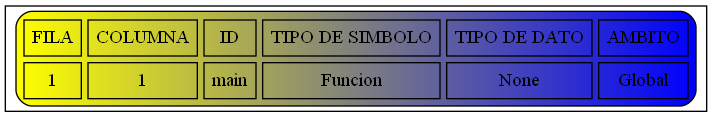
The Graphviz diagram Simbolos.png in JoseMore99/OLC2_P1_201701015, before a commit. Its source is kept beside it as Simbolos.dot.
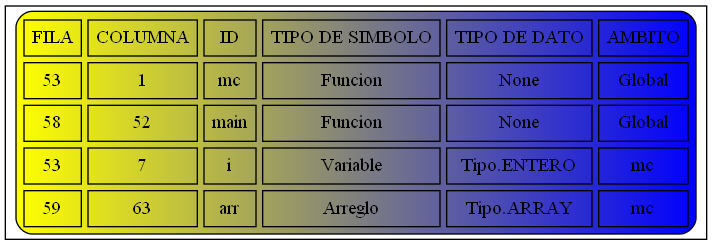
After the change.

What changed in the source:
```diff
@@ -2,6 +2,9 @@
 node [shape=record];
 a0 [label=<<TABLE border="1" cellspacing="5" cellpadding="5" style="rounded" bgcolor="yellow:blue">
 "<TR><TD>FILA</TD><TD>COLUMNA</TD><TD>ID</TD><TD>TIPO DE SIMBOLO</TD><TD>TIPO DE DATO</TD><TD>AMBITO</TD></TR>
-<TR><TD>1</TD><TD>1</TD><TD>main</TD><TD>Funcion</TD><TD>None</TD><TD>Global</TD></TR>
+<TR><TD>53</TD><TD>1</TD><TD>mc</TD><TD>Funcion</TD><TD>None</TD><TD>Global</TD></TR>
+<TR><TD>58</TD><TD>52</TD><TD>main</TD><TD>Funcion</TD><TD>None</TD><TD>Global</TD></TR>
+<TR><TD>53</TD><TD>7</TD><TD>i</TD><TD>Variable</TD><TD>Tipo.ENTERO</TD><TD>mc</TD></TR>
+<TR><TD>59</TD><TD>63</TD><TD>arr</TD><TD>Arreglo</TD><TD>Tipo.ARRAY</TD><TD>mc</TD></TR>
 </TABLE>>];
 }
```
